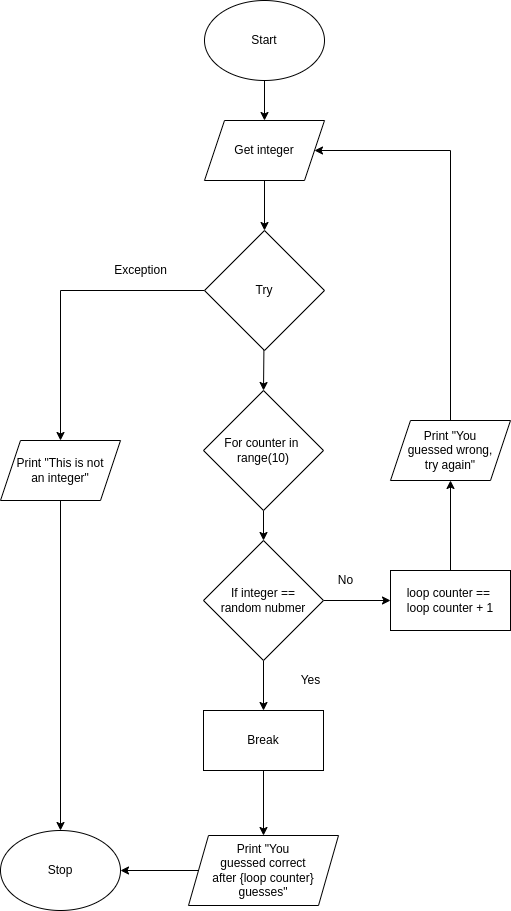
This is flowchart.png from Andrew-Ten-Den/ICS3U-Unit4-04-Python, a draw.io export, as it was before one commit. Source tidied: cells renumbered, new cells last; positions are measured from the earlier drawing's top-left corner, leaving out a move shared by most shapes.
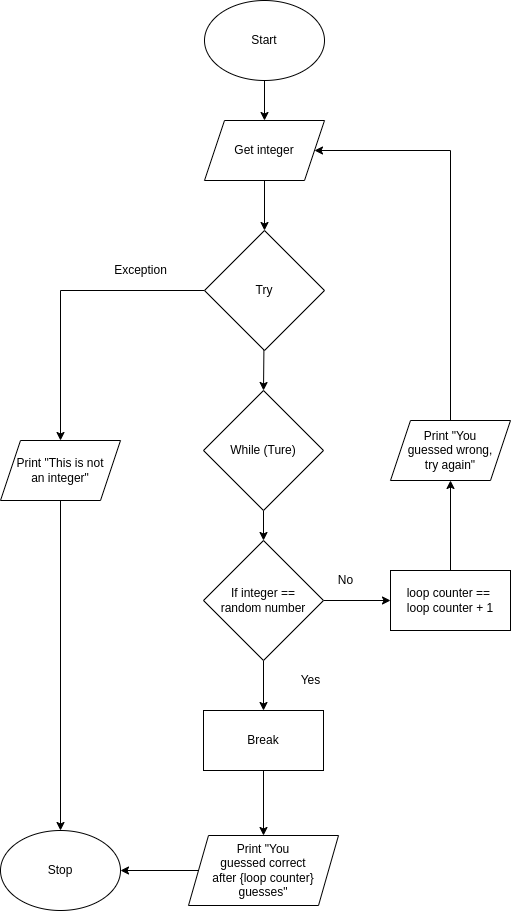
Later version of the same file.

Diff of the diagram source:
```diff
@@ -17,7 +17,7 @@
     <mxCell id="6" style="edgeStyle=none;html=1;entryX=0.5;entryY=0;entryDx=0;entryDy=0;" parent="1" edge="1" source="7" target="23">
       <mxGeometry relative="1" as="geometry" />
     </mxCell>
-    <mxCell id="7" value="For counter in&amp;nbsp;&lt;br&gt;range(10)" style="rhombus;whiteSpace=wrap;html=1;" parent="1" vertex="1">
+    <mxCell id="7" value="While (Ture)" style="rhombus;whiteSpace=wrap;html=1;" parent="1" vertex="1">
       <mxGeometry x="203" y="390" width="120" height="120" as="geometry" />
     </mxCell>
     <mxCell id="8" style="edgeStyle=none;html=1;entryX=0.5;entryY=0;entryDx=0;entryDy=0;" parent="1" edge="1" source="9" target="16">
@@ -69,7 +69,7 @@
     <mxCell id="22" style="edgeStyle=none;html=1;" parent="1" edge="1" source="23" target="25">
       <mxGeometry relative="1" as="geometry" />
     </mxCell>
-    <mxCell id="23" value="If integer ==&lt;br&gt;random nubmer" style="rhombus;whiteSpace=wrap;html=1;" parent="1" vertex="1">
+    <mxCell id="23" value="If integer ==&lt;br&gt;random number" style="rhombus;whiteSpace=wrap;html=1;" parent="1" vertex="1">
       <mxGeometry x="203" y="540" width="120" height="120" as="geometry" />
     </mxCell>
     <mxCell id="24" style="edgeStyle=none;html=1;entryX=0.5;entryY=1;entryDx=0;entryDy=0;" parent="1" edge="1" source="25" target="27">
```
